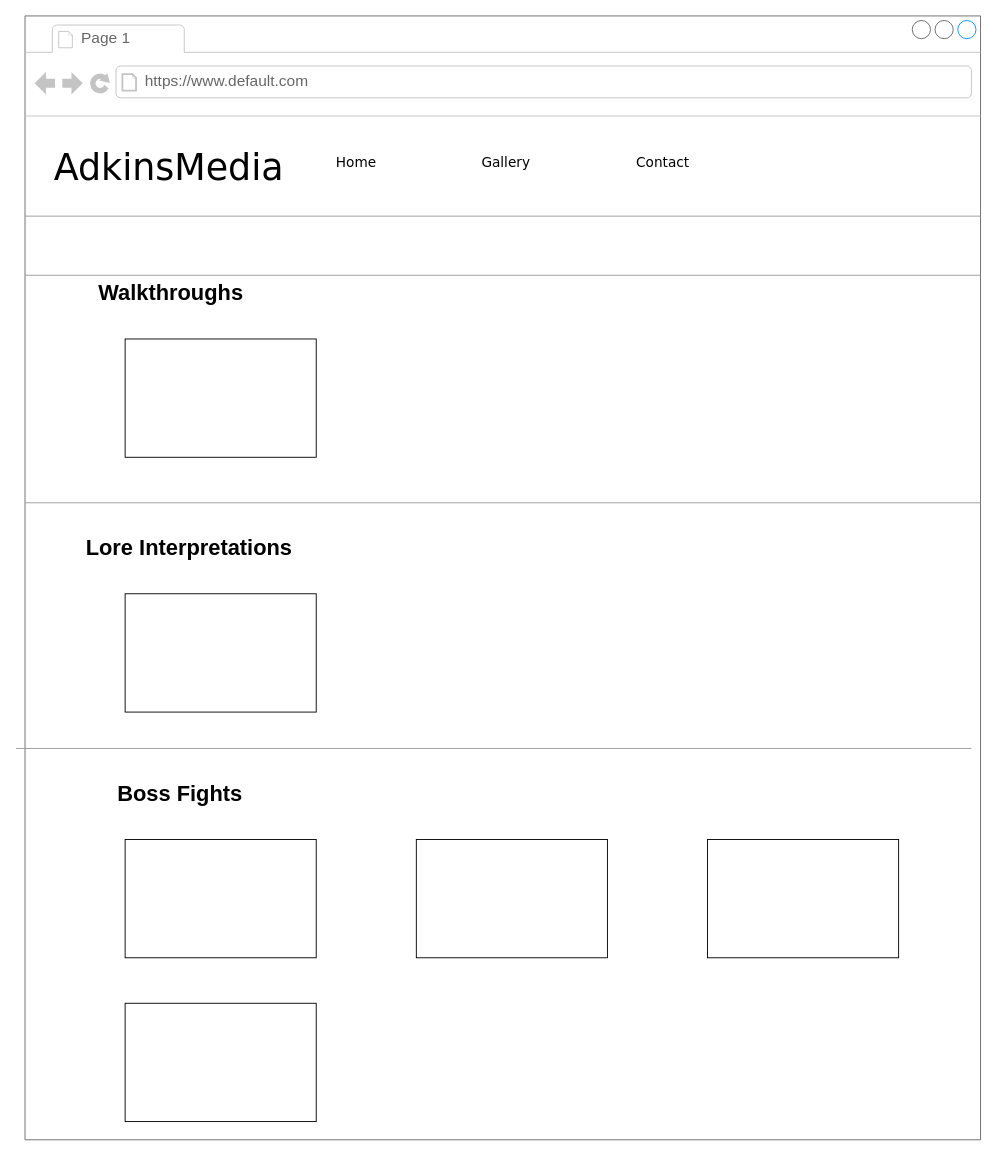
The draw.io diagram contactpage.drawio in nicholasdadkins/Project-1-Adkins, before the edit. Source tidied: cells renumbered, new cells numbered last; positions are measured from the earlier drawing's top-left corner, leaving out a move shared by most shapes. Both pictures are drawn from the tidied source at 91%, with x=0, y=0 at pixel (15, 15).
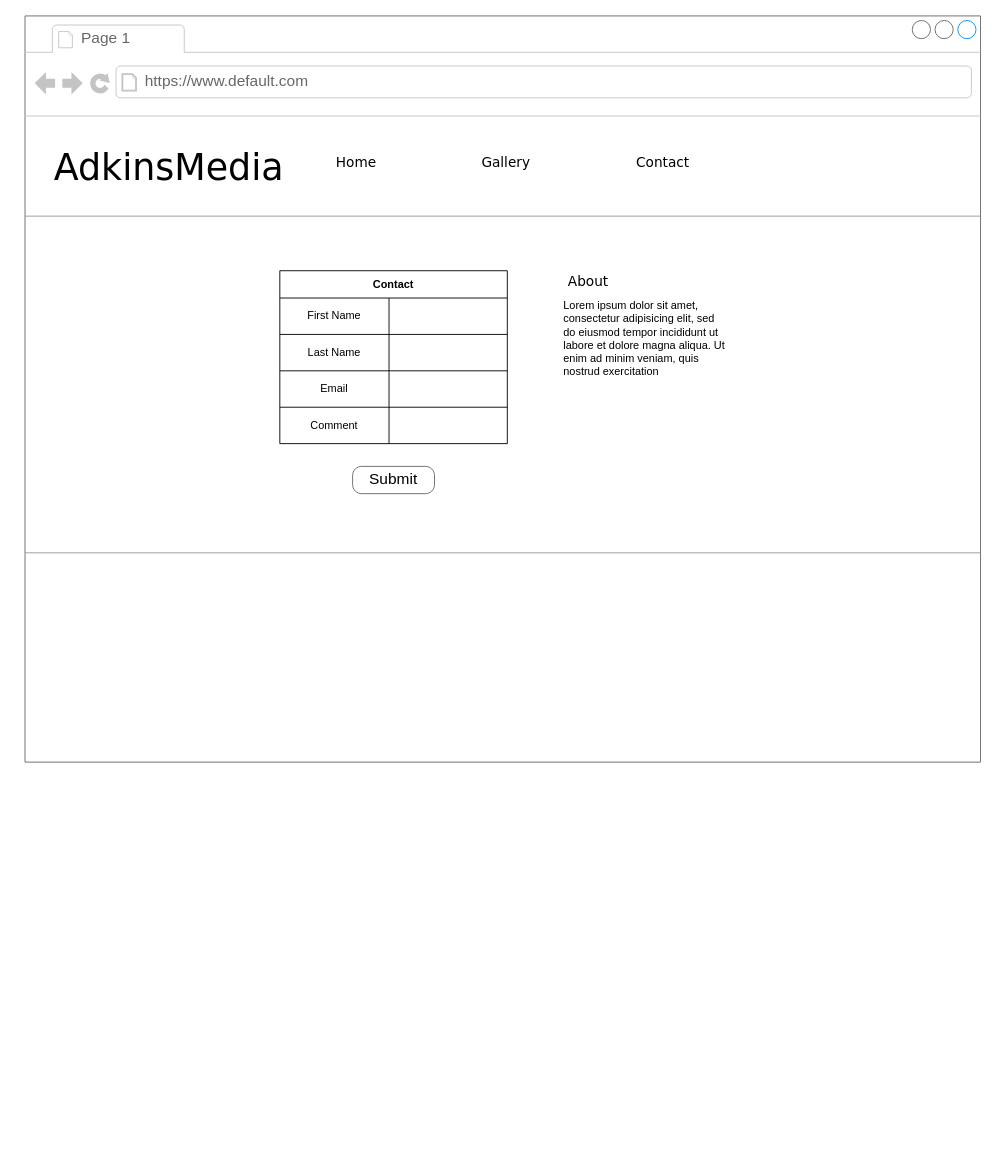
Above is the later version.

Commit message (it also covers changes not shown here):
Added contact form

Change to the diagram source:
```diff
@@
     <mxCell id="2" style="strokeWidth=1;shadow=0;dashed=0;align=left;html=1;shape=mxgraph.mockup.containers.browserWindow;rSize=0;strokeColor=#666666;mainText=,;rounded=0;labelBackgroundColor=none;fontFamily=Verdana;fontSize=12;" parent="1" vertex="1">
-      <mxGeometry x="10" width="1050" height="1235" as="geometry" />
+      <mxGeometry x="10" width="1050" height="820" as="geometry" />
     </mxCell>
@@
+    <mxCell id="23" value="About" style="text;html=1;align=left;verticalAlign=top;spacingTop=-4;fontSize=15;fontFamily=Verdana;" parent="2" vertex="1">
+      <mxGeometry x="595" y="280" width="170" height="30" as="geometry" />
+    </mxCell>
+    <mxCell id="24" value="Lorem ipsum dolor sit amet, consectetur adipisicing elit, sed do eiusmod tempor incididunt ut labore et dolore magna aliqua. Ut enim ad minim veniam, quis nostrud exercitation&amp;nbsp;" style="text;spacingTop=-5;whiteSpace=wrap;html=1;align=left;fontSize=12;fontFamily=Helvetica;fillColor=none;strokeColor=none;rounded=0;shadow=1;labelBackgroundColor=none;" parent="2" vertex="1">
+      <mxGeometry x="590" y="310" width="180" height="120" as="geometry" />
+    </mxCell>
+    <mxCell id="25" value="Submit" style="strokeWidth=1;shadow=0;dashed=0;align=center;html=1;shape=mxgraph.mockup.buttons.button;strokeColor=#666666;mainText=;buttonStyle=round;fontSize=17;fontStyle=0;fillColor=none;whiteSpace=wrap;rounded=0;labelBackgroundColor=none;" parent="2" vertex="1">
+      <mxGeometry x="360" y="495" width="90" height="30" as="geometry" />
+    </mxCell>
+    <mxCell id="26" style="verticalLabelPosition=bottom;shadow=0;dashed=0;align=center;html=1;verticalAlign=top;strokeWidth=1;shape=mxgraph.mockup.markup.line;strokeColor=#999999;rounded=0;labelBackgroundColor=none;fillColor=#ffffff;fontFamily=Verdana;fontSize=12;fontColor=#000000;" parent="2" vertex="1">
+      <mxGeometry y="580" width="1050" height="20" as="geometry" />
+    </mxCell>
@@
-    <mxCell id="11" style="rounded=0;whiteSpace=wrap;html=1;align=left;verticalAlign=top;" parent="2" vertex="1">
-      <mxGeometry x="110" y="355" width="210" height="130" as="geometry" />
-    </mxCell>
-    <mxCell id="12" style="rounded=0;whiteSpace=wrap;html=1;align=left;verticalAlign=top;" parent="2" vertex="1">
-      <mxGeometry x="110" y="1085" width="210" height="130" as="geometry" />
-    </mxCell>
-    <mxCell id="13" style="rounded=0;whiteSpace=wrap;html=1;align=left;verticalAlign=top;" parent="2" vertex="1">
-      <mxGeometry x="430" y="905" width="210" height="130" as="geometry" />
-    </mxCell>
-    <mxCell id="14" style="rounded=0;whiteSpace=wrap;html=1;align=left;verticalAlign=top;" parent="2" vertex="1">
-      <mxGeometry x="750" y="905" width="210" height="130" as="geometry" />
-    </mxCell>
-    <mxCell id="15" style="rounded=0;whiteSpace=wrap;html=1;align=left;verticalAlign=top;" parent="2" vertex="1">
-      <mxGeometry x="110" y="635" width="210" height="130" as="geometry" />
-    </mxCell>
-    <mxCell id="16" style="rounded=0;whiteSpace=wrap;html=1;align=left;verticalAlign=top;" parent="2" vertex="1">
-      <mxGeometry x="110" y="905" width="210" height="130" as="geometry" />
-    </mxCell>
-    <mxCell id="17" style="verticalLabelPosition=bottom;shadow=0;dashed=0;align=center;html=1;verticalAlign=top;strokeWidth=1;shape=mxgraph.mockup.markup.line;strokeColor=#999999;rounded=0;labelBackgroundColor=none;fillColor=#ffffff;fontFamily=Verdana;fontSize=12;fontColor=#000000;" parent="2" vertex="1">
-      <mxGeometry x="-10" y="795" width="1050" height="20" as="geometry" />
-    </mxCell>
-    <mxCell id="18" style="verticalLabelPosition=bottom;shadow=0;dashed=0;align=center;html=1;verticalAlign=top;strokeWidth=1;shape=mxgraph.mockup.markup.line;strokeColor=#999999;rounded=0;labelBackgroundColor=none;fillColor=#ffffff;fontFamily=Verdana;fontSize=12;fontColor=#000000;" parent="2" vertex="1">
-      <mxGeometry y="525" width="1050" height="20" as="geometry" />
-    </mxCell>
-    <mxCell id="19" style="verticalLabelPosition=bottom;shadow=0;dashed=0;align=center;html=1;verticalAlign=top;strokeWidth=1;shape=mxgraph.mockup.markup.line;strokeColor=#999999;rounded=0;labelBackgroundColor=none;fillColor=#ffffff;fontFamily=Verdana;fontSize=12;fontColor=#000000;" parent="2" vertex="1">
-      <mxGeometry y="275" width="1050" height="20" as="geometry" />
-    </mxCell>
-    <mxCell id="20" value="Walkthroughs" style="text;strokeColor=none;fillColor=none;html=1;fontSize=24;fontStyle=1;verticalAlign=middle;align=center;" parent="2" vertex="1">
-      <mxGeometry x="110" y="285" width="100" height="40" as="geometry" />
-    </mxCell>
-    <mxCell id="21" value="Lore Interpretations" style="text;strokeColor=none;fillColor=none;html=1;fontSize=24;fontStyle=1;verticalAlign=middle;align=center;" parent="2" vertex="1">
-      <mxGeometry x="130" y="565" width="100" height="40" as="geometry" />
-    </mxCell>
-    <mxCell id="22" value="Boss Fights" style="text;strokeColor=none;fillColor=none;html=1;fontSize=24;fontStyle=1;verticalAlign=middle;align=center;" parent="2" vertex="1">
-      <mxGeometry x="120" y="835" width="100" height="40" as="geometry" />
-    </mxCell>
+    <mxCell id="27" value="Contact" style="shape=table;html=1;whiteSpace=wrap;startSize=30;childLayout=tableLayout;fontStyle=1;align=center;" parent="2" vertex="1">
+      <mxGeometry x="280" y="280" width="250" height="190" as="geometry" />
+    </mxCell>
+    <mxCell id="28" style="shape=partialRectangle;html=1;whiteSpace=wrap;fillColor=none;top=0;left=0;bottom=0;right=0;" parent="27" vertex="1">
+      <mxGeometry y="30" width="250" height="40" as="geometry" />
+    </mxCell>
+    <mxCell id="29" value="First Name" style="shape=partialRectangle;html=1;whiteSpace=wrap;fillColor=none;top=0;left=0;bottom=0;right=0;overflow=hidden;" parent="28" vertex="1">
+      <mxGeometry width="120" height="40" as="geometry" />
+    </mxCell>
+    <mxCell id="30" style="shape=partialRectangle;html=1;whiteSpace=wrap;fillColor=none;top=0;left=0;bottom=0;right=0;overflow=hidden;" parent="28" vertex="1">
+      <mxGeometry x="120" width="130" height="40" as="geometry" />
+    </mxCell>
+    <mxCell id="31" style="shape=partialRectangle;html=1;whiteSpace=wrap;fillColor=none;top=0;left=0;bottom=0;right=0;" parent="27" vertex="1">
+      <mxGeometry y="70" width="250" height="40" as="geometry" />
+    </mxCell>
+    <mxCell id="32" value="Last Name" style="shape=partialRectangle;html=1;whiteSpace=wrap;fillColor=none;top=0;left=0;bottom=0;right=0;overflow=hidden;" parent="31" vertex="1">
+      <mxGeometry width="120" height="40" as="geometry" />
+    </mxCell>
+    <mxCell id="33" style="shape=partialRectangle;html=1;whiteSpace=wrap;fillColor=none;top=0;left=0;bottom=0;right=0;overflow=hidden;" parent="31" vertex="1">
+      <mxGeometry x="120" width="130" height="40" as="geometry" />
+    </mxCell>
+    <mxCell id="34" style="shape=partialRectangle;html=1;whiteSpace=wrap;fillColor=none;top=0;left=0;bottom=0;right=0;" parent="27" vertex="1">
+      <mxGeometry y="110" width="250" height="40" as="geometry" />
+    </mxCell>
+    <mxCell id="35" value="Email" style="shape=partialRectangle;html=1;whiteSpace=wrap;fillColor=none;top=0;left=0;bottom=0;right=0;overflow=hidden;" parent="34" vertex="1">
+      <mxGeometry width="120" height="40" as="geometry" />
+    </mxCell>
+    <mxCell id="36" style="shape=partialRectangle;html=1;whiteSpace=wrap;fillColor=none;top=0;left=0;bottom=0;right=0;overflow=hidden;" parent="34" vertex="1">
+      <mxGeometry x="120" width="130" height="40" as="geometry" />
+    </mxCell>
+    <mxCell id="37" style="shape=partialRectangle;html=1;whiteSpace=wrap;fillColor=none;top=0;left=0;bottom=0;right=0;" parent="27" vertex="1">
+      <mxGeometry y="150" width="250" height="40" as="geometry" />
+    </mxCell>
+    <mxCell id="38" value="Comment" style="shape=partialRectangle;html=1;whiteSpace=wrap;fillColor=none;top=0;left=0;bottom=0;right=0;overflow=hidden;" parent="37" vertex="1">
+      <mxGeometry width="120" height="40" as="geometry" />
+    </mxCell>
+    <mxCell id="39" style="shape=partialRectangle;html=1;whiteSpace=wrap;fillColor=none;top=0;left=0;bottom=0;right=0;overflow=hidden;" parent="37" vertex="1">
+      <mxGeometry x="120" width="130" height="40" as="geometry" />
+    </mxCell>
```
